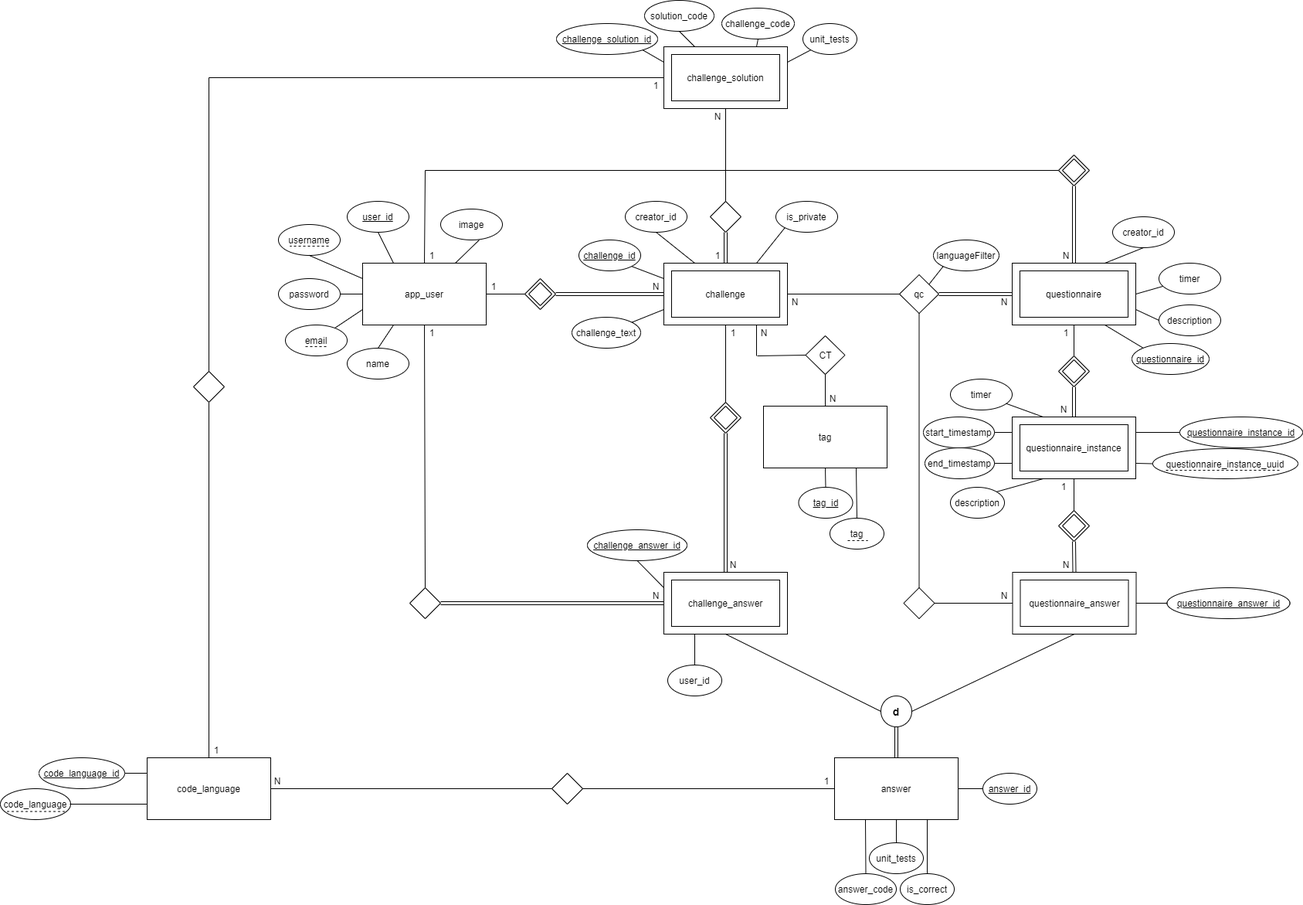
The draw.io diagram Code/PostgreSQL/Diagram.png in joaoesantos/ise_learning, before a commit. Source tidied: cells renumbered, new cells last; positions are measured from the earlier drawing's top-left corner, leaving out a move shared by most shapes.
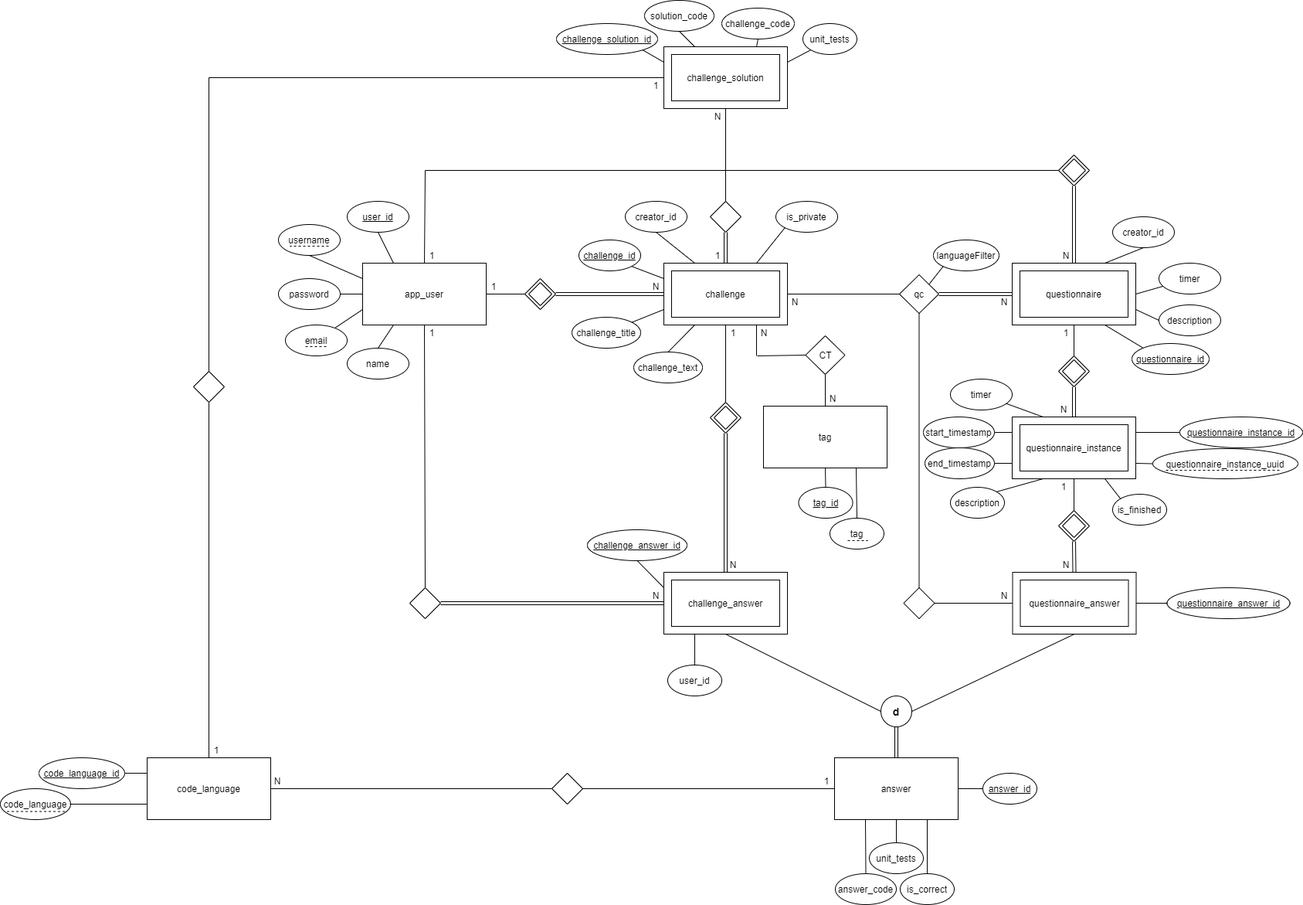
After the change.

What changed in the source:
```diff
@@ -53,7 +53,7 @@
     <mxCell id="18" style="endArrow=none;html=1;exitX=1;exitY=1;exitDx=0;exitDy=0;entryX=0;entryY=0.25;entryDx=0;entryDy=0;" parent="1" edge="1" source="17" target="3">
       <mxGeometry relative="1" as="geometry" />
     </mxCell>
-    <mxCell id="19" value="challenge_text" style="ellipse;whiteSpace=wrap;html=1;" parent="1" vertex="1">
+    <mxCell id="19" value="challenge_title" style="ellipse;whiteSpace=wrap;html=1;" parent="1" vertex="1">
       <mxGeometry x="740" y="410" width="89" height="40" as="geometry" />
     </mxCell>
     <mxCell id="20" value="is_private" style="ellipse;whiteSpace=wrap;html=1;" parent="1" vertex="1">
@@ -289,14 +289,6 @@
         <mxPoint x="425" y="448" as="targetPoint" />
       </mxGeometry>
     </mxCell>
-    <mxCell id="93" value="image" style="ellipse;whiteSpace=wrap;html=1;" parent="1" vertex="1">
-      <mxGeometry x="570" y="270" width="80" height="40" as="geometry" />
-    </mxCell>
-    <mxCell id="94" style="endArrow=none;html=1;exitX=0.75;exitY=0;exitDx=0;exitDy=0;entryX=0.5;entryY=1;entryDx=0;entryDy=0;" parent="1" edge="1" source="54">
-      <mxGeometry relative="1" as="geometry">
-        <mxPoint x="620" y="310" as="targetPoint" />
-      </mxGeometry>
-    </mxCell>
     <mxCell id="95" value="timer" style="ellipse;whiteSpace=wrap;html=1;" parent="1" vertex="1">
       <mxGeometry x="1230" y="490" width="80" height="40" as="geometry" />
     </mxCell>
@@ -523,5 +515,17 @@
         <mxPoint x="1659" y="608" as="targetPoint" />
       </mxGeometry>
     </mxCell>
+    <mxCell id="166" value="challenge_text" style="ellipse;whiteSpace=wrap;html=1;" parent="1" vertex="1">
+      <mxGeometry x="820" y="455" width="89" height="40" as="geometry" />
+    </mxCell>
+    <mxCell id="167" style="endArrow=none;html=1;entryX=0.25;entryY=1;entryDx=0;entryDy=0;exitX=0.5;exitY=0;exitDx=0;exitDy=0;" parent="1" edge="1" source="166" target="3">
+      <mxGeometry relative="1" as="geometry" />
+    </mxCell>
+    <mxCell id="168" value="is_finished" style="ellipse;whiteSpace=wrap;html=1;" parent="1" vertex="1">
+      <mxGeometry x="1440" y="639" width="70" height="40" as="geometry" />
+    </mxCell>
+    <mxCell id="169" style="endArrow=none;html=1;entryX=0.75;entryY=1;entryDx=0;entryDy=0;exitX=0;exitY=0;exitDx=0;exitDy=0;" parent="1" edge="1" source="168" target="139">
+      <mxGeometry relative="1" as="geometry" />
+    </mxCell>
   </root>
 </mxGraphModel>
```
